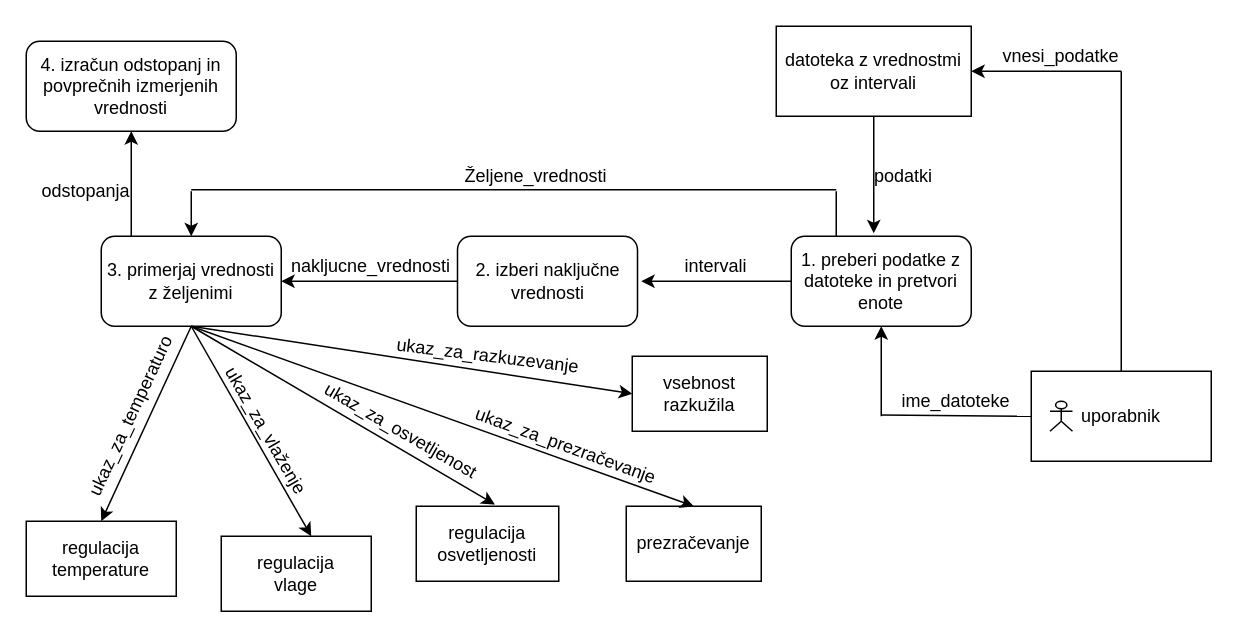
The draw.io diagram page "Page-2" (2 of 2) of diagram toka podatkov.drawio in OPI-v-v/simulator, before the edit. Source tidied: cells renumbered, new cells numbered last; positions are measured from the earlier drawing's top-left corner, leaving out a move shared by most shapes. Both pictures are drawn from the tidied source at 150%, with x=0, y=0 at pixel (26, 26).
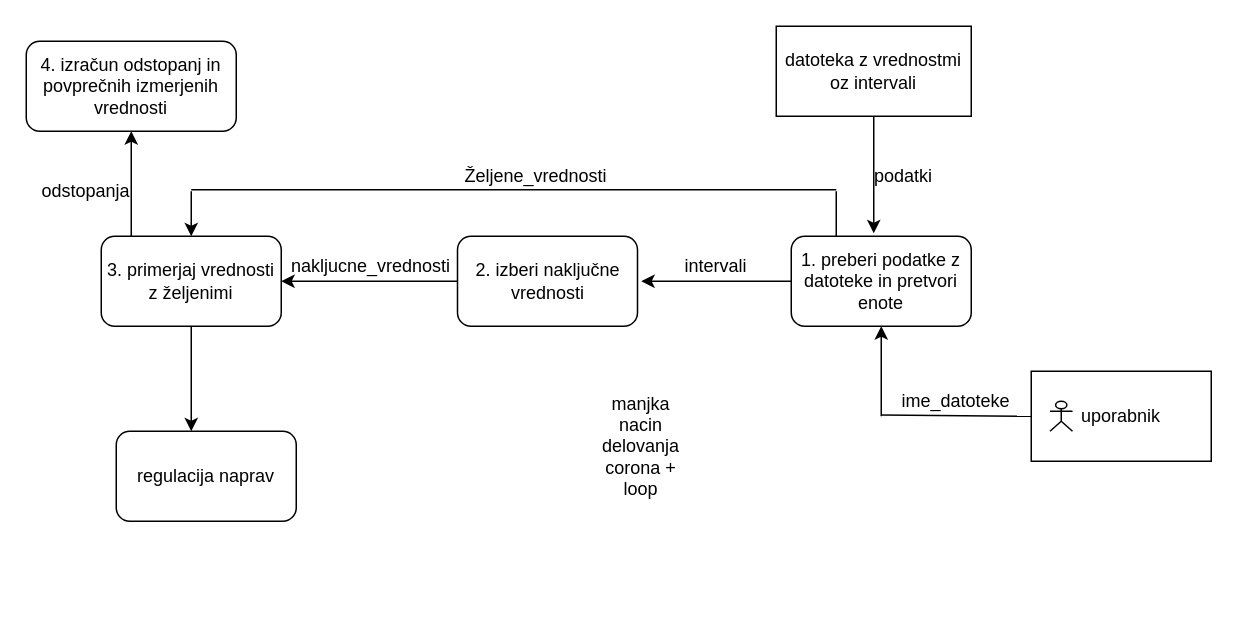
Above is the later version.

Unchanged cells that the change refers to:
```xml
<mxCell id="7" value="uporabnik" style="rounded=0;whiteSpace=wrap;html=1;" parent="1" vertex="1">
  <mxGeometry x="670" y="230" width="120" height="60" as="geometry" />
</mxCell>
<mxCell id="8" value="datoteka z vrednostmi oz intervali" style="rounded=0;whiteSpace=wrap;html=1;" parent="1" vertex="1">
  <mxGeometry x="500" width="130" height="60" as="geometry" />
</mxCell>
<mxCell id="15" value="3. primerjaj vrednosti z željenimi" style="rounded=1;whiteSpace=wrap;html=1;" parent="1" vertex="1">
  <mxGeometry x="50" y="140" width="120" height="60" as="geometry" />
</mxCell>
```

Change to the diagram source:
```diff
@@
-    <mxCell id="2" value="regulacija temperature" style="rounded=0;whiteSpace=wrap;html=1;" parent="1" vertex="1">
-      <mxGeometry y="330" width="100" height="50" as="geometry" />
-    </mxCell>
-    <mxCell id="3" value="regulacija&lt;br&gt;vlage" style="rounded=0;whiteSpace=wrap;html=1;" parent="1" vertex="1">
-      <mxGeometry x="130" y="340" width="100" height="50" as="geometry" />
-    </mxCell>
-    <mxCell id="4" value="regulacija osvetljenosti" style="rounded=0;whiteSpace=wrap;html=1;" parent="1" vertex="1">
-      <mxGeometry x="260" y="320" width="95" height="50" as="geometry" />
-    </mxCell>
-    <mxCell id="5" value="prezračevanje" style="rounded=0;whiteSpace=wrap;html=1;" parent="1" vertex="1">
-      <mxGeometry x="400" y="320" width="90" height="50" as="geometry" />
-    </mxCell>
-    <mxCell id="6" value="vsebnost razkužila" style="rounded=0;whiteSpace=wrap;html=1;" parent="1" vertex="1">
-      <mxGeometry x="404" y="220" width="90" height="50" as="geometry" />
-    </mxCell>
@@
-    <mxCell id="17" style="endArrow=classic;html=1;entryX=1;entryY=0.5;entryDx=0;entryDy=0;" parent="1" edge="1" target="8">
-      <mxGeometry relative="1" as="geometry">
-        <mxPoint x="730" y="30" as="sourcePoint" />
-      </mxGeometry>
-    </mxCell>
-    <mxCell id="18" style="endArrow=none;html=1;exitX=0.5;exitY=0;exitDx=0;exitDy=0;" parent="1" edge="1" source="7">
-      <mxGeometry relative="1" as="geometry">
-        <mxPoint x="730" y="30" as="targetPoint" />
-      </mxGeometry>
-    </mxCell>
-    <mxCell id="19" value="vnesi_podatke" style="text;html=1;strokeColor=none;fillColor=none;align=center;verticalAlign=middle;whiteSpace=wrap;rounded=0;" parent="1" vertex="1">
-      <mxGeometry x="650" y="10" width="80" height="20" as="geometry" />
-    </mxCell>
@@
-    <mxCell id="25" style="endArrow=classic;html=1;entryX=0;entryY=0.5;entryDx=0;entryDy=0;exitX=0.5;exitY=1;exitDx=0;exitDy=0;" parent="1" edge="1" source="15" target="6">
-      <mxGeometry relative="1" as="geometry" />
-    </mxCell>
-    <mxCell id="26" style="endArrow=classic;html=1;exitX=0.5;exitY=1;exitDx=0;exitDy=0;entryX=0.5;entryY=0;entryDx=0;entryDy=0;" parent="1" edge="1" source="15" target="5">
-      <mxGeometry relative="1" as="geometry" />
-    </mxCell>
-    <mxCell id="27" style="endArrow=classic;html=1;entryX=0.552;entryY=-0.023;entryDx=0;entryDy=0;entryPerimeter=0;exitX=0.5;exitY=1;exitDx=0;exitDy=0;" parent="1" edge="1" source="15" target="4">
-      <mxGeometry relative="1" as="geometry" />
-    </mxCell>
-    <mxCell id="28" style="endArrow=classic;html=1;exitX=0.5;exitY=1;exitDx=0;exitDy=0;entryX=0.5;entryY=0;entryDx=0;entryDy=0;" parent="1" edge="1" source="15" target="2">
-      <mxGeometry relative="1" as="geometry" />
-    </mxCell>
-    <mxCell id="29" style="endArrow=classic;html=1;entryX=0.6;entryY=0;entryDx=0;entryDy=0;entryPerimeter=0;exitX=0.5;exitY=1;exitDx=0;exitDy=0;" parent="1" edge="1" source="15" target="3">
-      <mxGeometry relative="1" as="geometry" />
-    </mxCell>
-    <mxCell id="30" value="ukaz_za_razkuzevanje" style="text;html=1;strokeColor=none;fillColor=none;align=center;verticalAlign=middle;whiteSpace=wrap;rounded=0;rotation=7;" parent="1" vertex="1">
-      <mxGeometry x="287.5" y="210" width="40" height="20" as="geometry" />
-    </mxCell>
-    <mxCell id="31" value="ukaz_za_prezračevanje" style="text;html=1;strokeColor=none;fillColor=none;align=center;verticalAlign=middle;whiteSpace=wrap;rounded=0;rotation=20;" parent="1" vertex="1">
-      <mxGeometry x="340" y="270" width="40" height="20" as="geometry" />
-    </mxCell>
-    <mxCell id="32" value="ukaz_za_osvetljenost" style="text;html=1;strokeColor=none;fillColor=none;align=center;verticalAlign=middle;whiteSpace=wrap;rounded=0;rotation=30;" parent="1" vertex="1">
-      <mxGeometry x="230" y="260" width="40" height="20" as="geometry" />
-    </mxCell>
-    <mxCell id="33" value="ukaz_za_vlaženje" style="text;html=1;strokeColor=none;fillColor=none;align=center;verticalAlign=middle;whiteSpace=wrap;rounded=0;rotation=60;" parent="1" vertex="1">
-      <mxGeometry x="140" y="260" width="40" height="20" as="geometry" />
-    </mxCell>
-    <mxCell id="34" value="ukaz_za_temperaturo" style="text;html=1;strokeColor=none;fillColor=none;align=center;verticalAlign=middle;whiteSpace=wrap;rounded=0;rotation=-65;" parent="1" vertex="1">
-      <mxGeometry x="50" y="250" width="40" height="20" as="geometry" />
-    </mxCell>
@@
+    <mxCell id="42" style="endArrow=classic;html=1;exitX=0.5;exitY=1;exitDx=0;exitDy=0;" parent="1" edge="1" source="15">
+      <mxGeometry relative="1" as="geometry">
+        <mxPoint x="110" y="270" as="targetPoint" />
+      </mxGeometry>
+    </mxCell>
+    <mxCell id="43" value="regulacija naprav" style="rounded=1;whiteSpace=wrap;html=1;" parent="1" vertex="1">
+      <mxGeometry x="60" y="270" width="120" height="60" as="geometry" />
+    </mxCell>
+    <mxCell id="44" value="manjka &lt;br&gt;nacin delovanja corona + loop" style="text;html=1;strokeColor=none;fillColor=none;align=center;verticalAlign=middle;whiteSpace=wrap;rounded=0;" parent="1" vertex="1">
+      <mxGeometry x="390" y="270" width="40" height="20" as="geometry" />
+    </mxCell>
```
